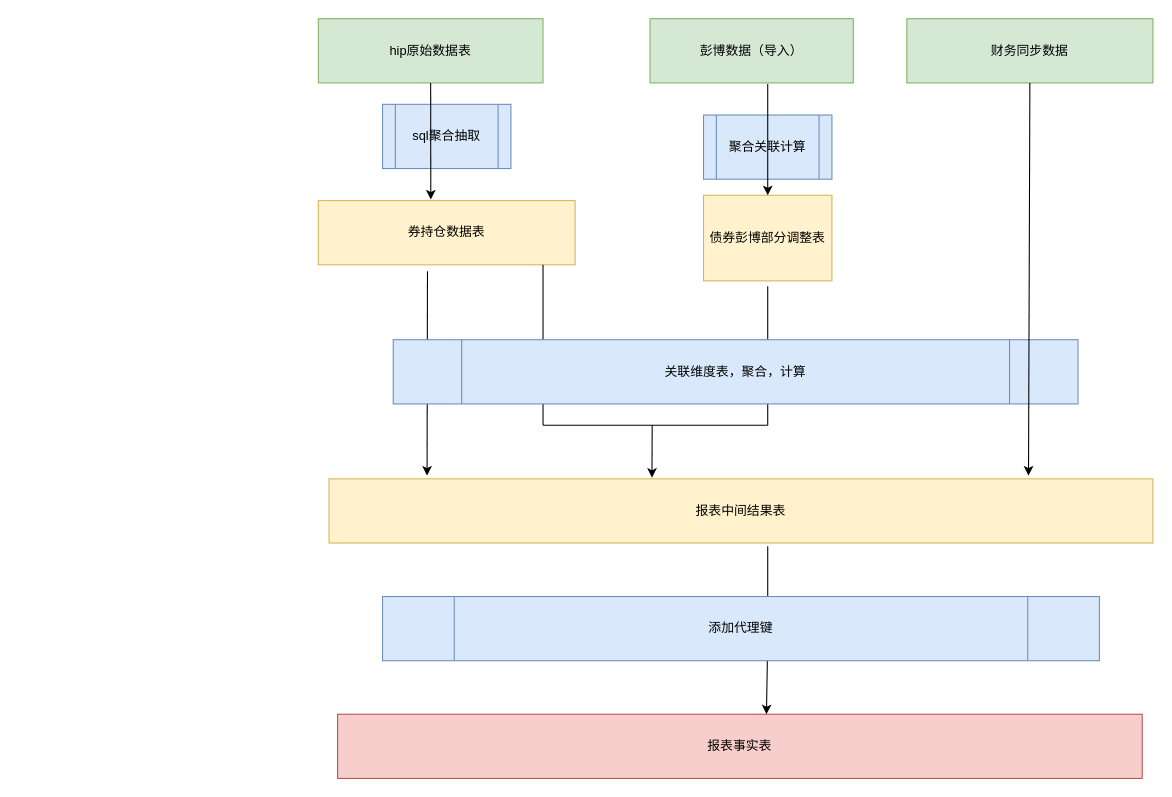
The draw.io diagram 数据l流转.drawio in gebifeixiang/investment, before the edit. Source tidied: cells renumbered, new cells numbered last; positions are measured from the earlier drawing's top-left corner, leaving out a move shared by most shapes. Both pictures are drawn from the tidied source at 107%, with x=0, y=0 at pixel (318, 18).
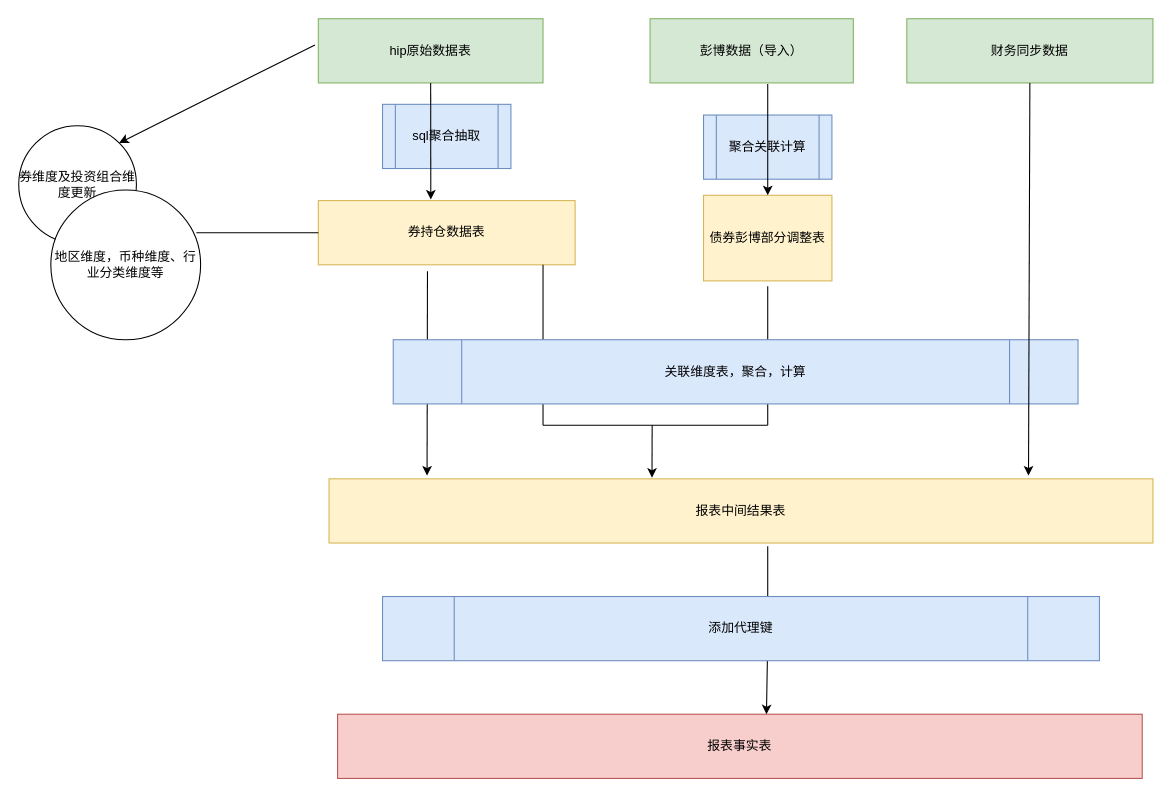
The same page after the edit.

Unchanged cells that the change refers to:
```xml
<mxCell id="2" value="hip原始数据表" style="rounded=0;whiteSpace=wrap;html=1;fillColor=#d5e8d4;strokeColor=#82b366;" parent="1" vertex="1">
  <mxGeometry width="210" height="60" as="geometry" />
</mxCell>
<mxCell id="4" value="券持仓数据表" style="rounded=0;whiteSpace=wrap;html=1;fillColor=#fff2cc;strokeColor=#d6b656;" parent="1" vertex="1">
  <mxGeometry y="170" width="240" height="60" as="geometry" />
</mxCell>
```

The edit, as a diff of the source:
```diff
@@
+    <mxCell id="22" value="券维度及投资组合维度更新" style="ellipse;whiteSpace=wrap;html=1;" parent="1" vertex="1">
+      <mxGeometry x="-280" y="100" width="110" height="110" as="geometry" />
+    </mxCell>
+    <mxCell id="23" style="endArrow=classic;html=1;entryX=1;entryY=0;entryDx=0;entryDy=0;exitX=-0.015;exitY=0.408;exitDx=0;exitDy=0;exitPerimeter=0;" parent="1" edge="1" source="2" target="22">
+      <mxGeometry relative="1" as="geometry" />
+    </mxCell>
+    <mxCell id="24" value="地区维度，币种维度、行业分类维度等" style="ellipse;whiteSpace=wrap;html=1;" parent="1" vertex="1">
+      <mxGeometry x="-250" y="160" width="140" height="140" as="geometry" />
+    </mxCell>
+    <mxCell id="25" style="endArrow=none;html=1;entryX=0;entryY=0.5;entryDx=0;entryDy=0;" parent="1" edge="1" target="4">
+      <mxGeometry relative="1" as="geometry">
+        <mxPoint x="-114" y="200" as="sourcePoint" />
+      </mxGeometry>
+    </mxCell>
```
